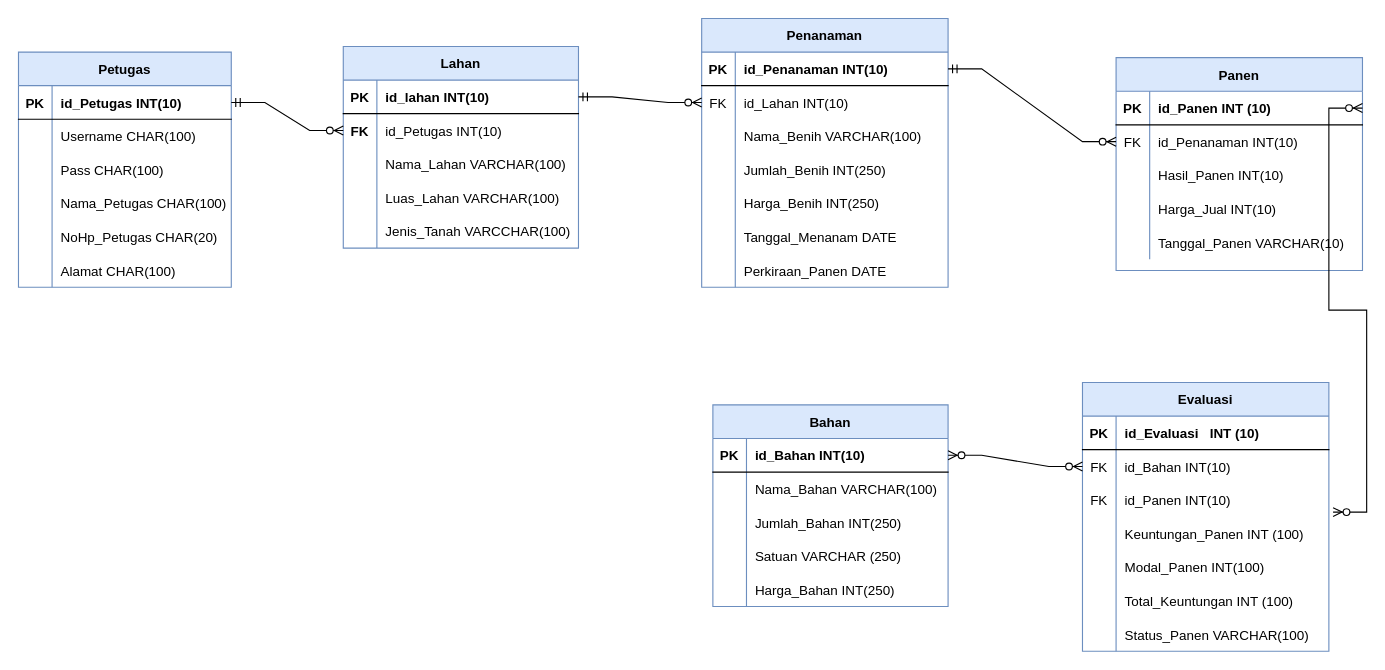
The draw.io diagram pertemuan 3/Pertemuan 3.drawio in ramabhagadhara/IF214002, before the edit. Source tidied: cells renumbered, new cells numbered last; positions are measured from the earlier drawing's top-left corner, leaving out a move shared by most shapes. Both pictures are drawn from the tidied source at 112%, with x=0, y=0 at pixel (18, 18).
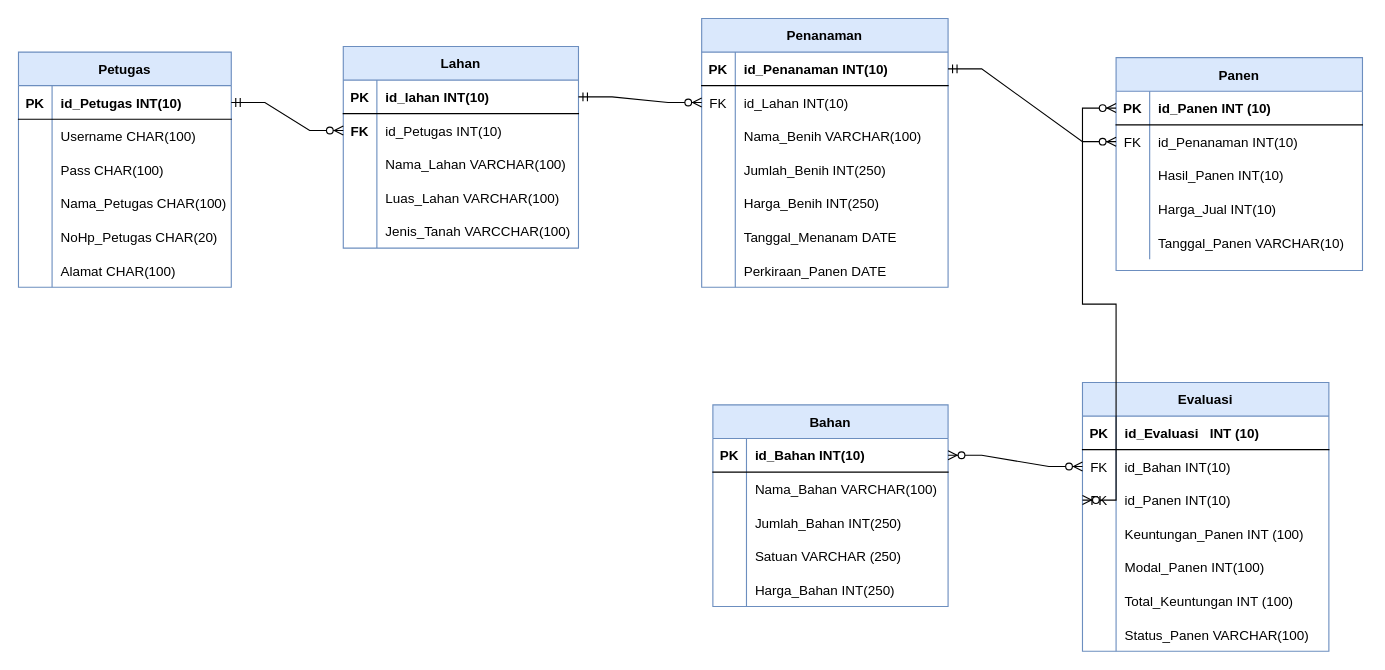
After the change.

Unchanged cells that the change refers to:
```xml
<mxCell id="3" style="shape=tableRow;horizontal=0;startSize=0;swimlaneHead=0;swimlaneBody=0;fillColor=none;points=[[0,0.5],[1,0.5]];portConstraint=eastwest;top=0;left=0;right=0;bottom=1;" parent="2" vertex="1">
  <mxGeometry y="30" width="220" height="30" as="geometry" />
</mxCell>
<mxCell id="82" style="shape=tableRow;horizontal=0;startSize=0;swimlaneHead=0;swimlaneBody=0;fillColor=none;points=[[0,0.5],[1,0.5]];portConstraint=eastwest;top=0;left=0;right=0;bottom=0;" parent="75" vertex="1">
  <mxGeometry y="90" width="220" height="30" as="geometry" />
</mxCell>
```

Diff of the diagram source:
```diff
@@
-    <mxCell id="116" style="edgeStyle=entityRelationEdgeStyle;fontSize=12;html=1;endArrow=ERzeroToMany;endFill=1;startArrow=ERzeroToMany;rounded=0;exitX=1;exitY=0.5;exitDx=0;exitDy=0;entryX=1.017;entryY=0.858;entryDx=0;entryDy=0;entryPerimeter=0;" parent="1" edge="1" source="3" target="82">
+    <mxCell id="116" style="edgeStyle=entityRelationEdgeStyle;fontSize=12;html=1;endArrow=ERzeroToMany;endFill=1;startArrow=ERzeroToMany;rounded=0;exitX=0;exitY=0.5;exitDx=0;exitDy=0;entryX=0;entryY=0.5;entryDx=0;entryDy=0;" parent="1" edge="1" source="3" target="82">
       <mxGeometry relative="1" as="geometry" />
     </mxCell>
```
